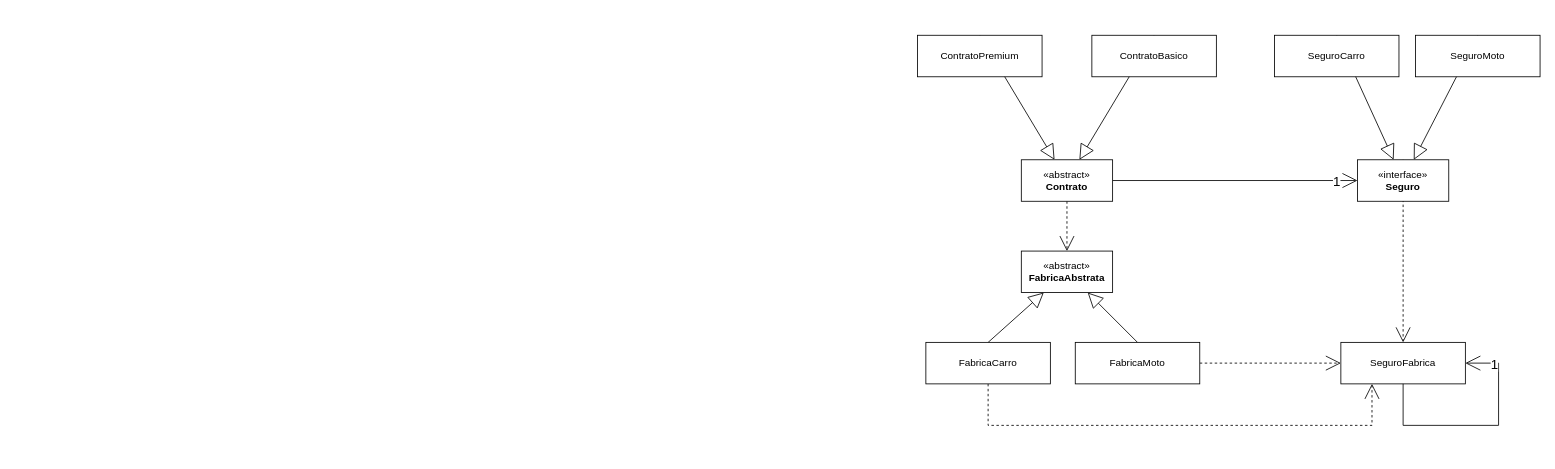
The draw.io diagram Diagrama.drawio in LeonardoVieira25/integra-bridge, before the edit. Source tidied: cells renumbered, new cells numbered last; positions are measured from the earlier drawing's top-left corner, leaving out a move shared by most shapes. Both pictures are drawn from the tidied source at 83%, with x=0, y=0 at pixel (917, 35).
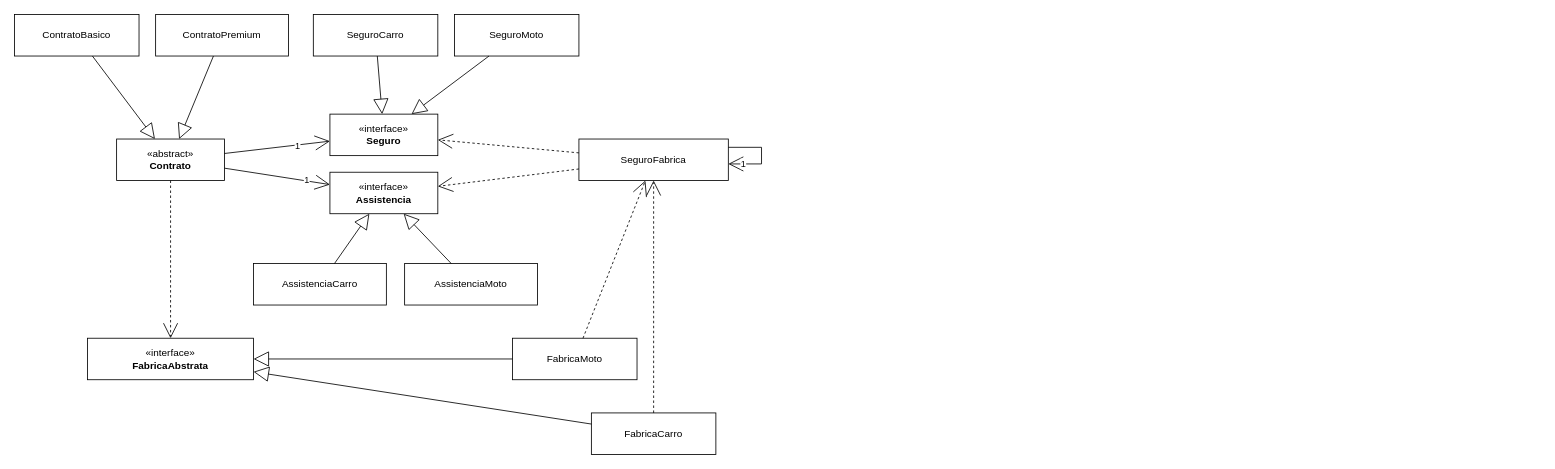
Above is the later version.

What changed in the source:
```diff
@@
-    <mxCell id="2" style="rounded=0;jettySize=auto;html=1;exitX=0.5;exitY=0;exitDx=0;exitDy=0;entryX=0.5;entryY=0;entryDx=0;entryDy=0;endArrow=open;endFill=0;dashed=1;endSize=16;" parent="1" edge="1" source="3" target="17">
-      <mxGeometry relative="1" as="geometry" />
-    </mxCell>
+    <mxCell id="26" value="«abstract»&lt;br&gt;&lt;b&gt;Contrato&lt;/b&gt;" style="html=1;whiteSpace=wrap;" parent="1" vertex="1">
+      <mxGeometry x="-965" y="125" width="130" height="50" as="geometry" />
+    </mxCell>
+    <mxCell id="13" value="ContratoBasico" style="html=1;whiteSpace=wrap;" parent="1" vertex="1">
+      <mxGeometry x="-1088" y="-25" width="150" height="50" as="geometry" />
+    </mxCell>
+    <mxCell id="15" value="ContratoPremium" style="html=1;whiteSpace=wrap;" parent="1" vertex="1">
+      <mxGeometry x="-918" y="-25" width="160" height="50" as="geometry" />
+    </mxCell>
     <mxCell id="3" value="«interface»&lt;br&gt;&lt;b&gt;Seguro&lt;/b&gt;" style="html=1;whiteSpace=wrap;" parent="1" vertex="1">
-      <mxGeometry x="530" y="150" width="110" height="50" as="geometry" />
+      <mxGeometry x="-708" y="95" width="130" height="50" as="geometry" />
     </mxCell>
+    <mxCell id="5" value="SeguroCarro" style="html=1;whiteSpace=wrap;" parent="1" vertex="1">
+      <mxGeometry x="-728" y="-25" width="150" height="50" as="geometry" />
+    </mxCell>
+    <mxCell id="7" value="SeguroMoto" style="html=1;whiteSpace=wrap;" parent="1" vertex="1">
+      <mxGeometry x="-558" y="-25" width="150" height="50" as="geometry" />
+    </mxCell>
+    <mxCell id="27" value="«interface»&lt;br&gt;&lt;b&gt;Assistencia&lt;/b&gt;" style="html=1;whiteSpace=wrap;" parent="1" vertex="1">
+      <mxGeometry x="-708" y="165" width="130" height="50" as="geometry" />
+    </mxCell>
+    <mxCell id="28" value="AssistenciaCarro" style="html=1;whiteSpace=wrap;" parent="1" vertex="1">
+      <mxGeometry x="-800" y="275" width="160" height="50" as="geometry" />
+    </mxCell>
+    <mxCell id="29" value="AssistenciaMoto" style="html=1;whiteSpace=wrap;" parent="1" vertex="1">
+      <mxGeometry x="-618" y="275" width="160" height="50" as="geometry" />
+    </mxCell>
+    <mxCell id="30" value="«interface»&lt;br&gt;&lt;b&gt;FabricaAbstrata&lt;/b&gt;" style="html=1;whiteSpace=wrap;" parent="1" vertex="1">
+      <mxGeometry x="-1000" y="365" width="200" height="50" as="geometry" />
+    </mxCell>
+    <mxCell id="17" value="SeguroFabrica" style="html=1;whiteSpace=wrap;" parent="1" vertex="1">
+      <mxGeometry x="-408" y="125" width="180" height="50" as="geometry" />
+    </mxCell>
+    <mxCell id="22" value="FabricaCarro" style="html=1;whiteSpace=wrap;" parent="1" vertex="1">
+      <mxGeometry x="-393" y="455" width="150" height="50" as="geometry" />
+    </mxCell>
+    <mxCell id="25" value="FabricaMoto" style="html=1;whiteSpace=wrap;" parent="1" vertex="1">
+      <mxGeometry x="-488" y="365" width="150" height="50" as="geometry" />
+    </mxCell>
+    <mxCell id="31" style="rounded=0;jettySize=auto;html=1;endArrow=block;endFill=0;endSize=16;" parent="1" edge="1" source="15" target="26">
+      <mxGeometry relative="1" as="geometry" />
+    </mxCell>
+    <mxCell id="32" style="rounded=0;jettySize=auto;html=1;endArrow=block;endFill=0;endSize=16;" parent="1" edge="1" source="13" target="26">
+      <mxGeometry relative="1" as="geometry" />
+    </mxCell>
-    <mxCell id="4" style="rounded=0;jettySize=auto;html=1;exitX=0.5;exitY=0;exitDx=0;exitDy=0;endArrow=block;endFill=0;endSize=16;" parent="1" edge="1" source="5" target="3">
+    <mxCell id="4" style="rounded=0;jettySize=auto;html=1;endArrow=block;endFill=0;endSize=16;" parent="1" edge="1" source="5" target="3">
       <mxGeometry relative="1" as="geometry" />
     </mxCell>
-    <mxCell id="5" value="SeguroCarro" style="html=1;whiteSpace=wrap;" parent="1" vertex="1">
-      <mxGeometry x="430" width="150" height="50" as="geometry" />
-    </mxCell>
-    <mxCell id="6" style="rounded=0;jettySize=auto;html=1;exitX=0.5;exitY=0;exitDx=0;exitDy=0;endArrow=block;endFill=0;endSize=16;" parent="1" edge="1" source="7" target="3">
+    <mxCell id="6" style="rounded=0;jettySize=auto;html=1;endArrow=block;endFill=0;endSize=16;" parent="1" edge="1" source="7" target="3">
       <mxGeometry relative="1" as="geometry" />
     </mxCell>
-    <mxCell id="7" value="SeguroMoto" style="html=1;whiteSpace=wrap;" parent="1" vertex="1">
-      <mxGeometry x="600" width="150" height="50" as="geometry" />
-    </mxCell>
-    <mxCell id="8" style="edgeStyle=orthogonalEdgeStyle;rounded=0;jettySize=auto;html=1;exitX=1;exitY=0.5;exitDx=0;exitDy=0;entryX=0;entryY=0.5;entryDx=0;entryDy=0;endArrow=open;endFill=0;endSize=16;" parent="1" edge="1" source="11" target="3">
-      <mxGeometry relative="1" as="geometry" />
-    </mxCell>
-    <mxCell id="9" value="&lt;font style=&quot;font-size: 16px;&quot;&gt;1&lt;/font&gt;" style="edgeLabel;html=1;align=center;verticalAlign=middle;" parent="8" vertex="1">
-      <mxGeometry x="0.82" relative="1" as="geometry">
-        <mxPoint x="1" as="offset" />
-      </mxGeometry>
-    </mxCell>
-    <mxCell id="10" style="rounded=0;jettySize=auto;html=1;entryX=0.5;entryY=0;entryDx=0;entryDy=0;dashed=1;endSize=16;endArrow=open;endFill=0;" parent="1" edge="1" source="11" target="16">
-      <mxGeometry relative="1" as="geometry" />
-    </mxCell>
-    <mxCell id="11" value="«abstract&lt;span style=&quot;background-color: transparent; color: light-dark(rgb(0, 0, 0), rgb(255, 255, 255));&quot;&gt;»&lt;/span&gt;&lt;div&gt;&lt;b&gt;Contrato&lt;/b&gt;&lt;/div&gt;" style="html=1;whiteSpace=wrap;" parent="1" vertex="1">
-      <mxGeometry x="125" y="150" width="110" height="50" as="geometry" />
-    </mxCell>
-    <mxCell id="12" style="rounded=0;jettySize=auto;html=1;exitX=0.5;exitY=0;exitDx=0;exitDy=0;endArrow=block;endFill=0;endSize=16;" parent="1" edge="1" source="13" target="11">
-      <mxGeometry relative="1" as="geometry" />
-    </mxCell>
-    <mxCell id="13" value="ContratoBasico" style="html=1;whiteSpace=wrap;" parent="1" vertex="1">
-      <mxGeometry x="210" width="150" height="50" as="geometry" />
-    </mxCell>
-    <mxCell id="14" style="rounded=0;jettySize=auto;html=1;exitX=0.5;exitY=0;exitDx=0;exitDy=0;endArrow=block;endFill=0;endSize=16;" parent="1" edge="1" source="15" target="11">
-      <mxGeometry relative="1" as="geometry" />
-    </mxCell>
-    <mxCell id="15" value="ContratoPremium" style="html=1;whiteSpace=wrap;" parent="1" vertex="1">
-      <mxGeometry width="150" height="50" as="geometry" />
-    </mxCell>
-    <mxCell id="16" value="«abstract&lt;span style=&quot;background-color: transparent; color: light-dark(rgb(0, 0, 0), rgb(255, 255, 255));&quot;&gt;»&lt;/span&gt;&lt;div&gt;&lt;b&gt;FabricaAbstrata&lt;/b&gt;&lt;/div&gt;" style="html=1;whiteSpace=wrap;" parent="1" vertex="1">
-      <mxGeometry x="125" y="260" width="110" height="50" as="geometry" />
-    </mxCell>
-    <mxCell id="17" value="SeguroFabrica" style="html=1;whiteSpace=wrap;" parent="1" vertex="1">
-      <mxGeometry x="510" y="370" width="150" height="50" as="geometry" />
-    </mxCell>
+    <mxCell id="33" style="rounded=0;jettySize=auto;html=1;endArrow=block;endFill=0;endSize=16;" parent="1" edge="1" source="28" target="27">
+      <mxGeometry relative="1" as="geometry" />
+    </mxCell>
+    <mxCell id="34" style="rounded=0;jettySize=auto;html=1;endArrow=block;endFill=0;endSize=16;" parent="1" edge="1" source="29" target="27">
+      <mxGeometry relative="1" as="geometry" />
+    </mxCell>
+    <mxCell id="35" style="rounded=0;jettySize=auto;html=1;endArrow=block;endFill=0;endSize=16;" parent="1" edge="1" source="22" target="30">
+      <mxGeometry relative="1" as="geometry" />
+    </mxCell>
+    <mxCell id="36" style="rounded=0;jettySize=auto;html=1;endArrow=block;endFill=0;endSize=16;" parent="1" edge="1" source="25" target="30">
+      <mxGeometry relative="1" as="geometry" />
+    </mxCell>
+    <mxCell id="37" value="1" style="rounded=0;jettySize=auto;html=1;endArrow=open;endFill=0;endSize=16;" parent="1" edge="1" source="26" target="3">
+      <mxGeometry x="0.37" y="-1" relative="1" as="geometry" />
+    </mxCell>
+    <mxCell id="38" value="1" style="rounded=0;jettySize=auto;html=1;endArrow=open;endFill=0;endSize=16;" parent="1" edge="1" source="26" target="27">
+      <mxGeometry x="0.55" y="1" relative="1" as="geometry" />
+    </mxCell>
+    <mxCell id="39" style="rounded=0;jettySize=auto;html=1;endArrow=open;endFill=0;dashed=1;endSize=16;" parent="1" edge="1" source="26" target="30">
+      <mxGeometry relative="1" as="geometry" />
+    </mxCell>
+    <mxCell id="21" style="rounded=0;jettySize=auto;html=1;endArrow=open;endFill=0;dashed=1;endSize=16;" parent="1" edge="1" source="22" target="17">
+      <mxGeometry relative="1" as="geometry" />
+    </mxCell>
+    <mxCell id="24" style="rounded=0;jettySize=auto;html=1;endArrow=open;endFill=0;dashed=1;endSize=16;" parent="1" edge="1" source="25" target="17">
+      <mxGeometry relative="1" as="geometry" />
+    </mxCell>
+    <mxCell id="40" style="rounded=0;jettySize=auto;html=1;endArrow=open;endFill=0;dashed=1;endSize=16;" parent="1" edge="1" source="17" target="3">
+      <mxGeometry x="-0.58" y="74" relative="1" as="geometry" />
+    </mxCell>
+    <mxCell id="41" style="rounded=0;jettySize=auto;html=1;endArrow=open;endFill=0;dashed=1;endSize=16;" parent="1" edge="1" source="17" target="27">
+      <mxGeometry relative="1" as="geometry" />
+    </mxCell>
-    <mxCell id="18" style="edgeStyle=orthogonalEdgeStyle;rounded=0;orthogonalLoop=1;jettySize=auto;html=1;innerLoopWaypoints=1;exitX=0.5;exitY=1;exitDx=0;exitDy=0;entryX=1;entryY=0.5;entryDx=0;entryDy=0;endArrow=open;endFill=0;endSize=16;" parent="1" edge="1" source="17" target="17">
+    <mxCell id="18" style="edgeStyle=orthogonalEdgeStyle;rounded=0;orthogonalLoop=1;jettySize=auto;html=1;endArrow=open;endFill=0;endSize=16;innerLoopWaypoints=1;" parent="1" edge="1" source="17" target="17">
       <mxGeometry relative="1" as="geometry">
         <Array as="points">
-          <mxPoint x="585" y="470" />
-          <mxPoint x="700" y="470" />
-          <mxPoint x="700" y="395" />
+          <mxPoint x="-188" y="135" />
+          <mxPoint x="-188" y="155" />
         </Array>
       </mxGeometry>
     </mxCell>
-    <mxCell id="19" value="&lt;font style=&quot;font-size: 16px;&quot;&gt;1&lt;/font&gt;" style="edgeLabel;html=1;align=center;verticalAlign=middle;" parent="18" vertex="1">
-      <mxGeometry x="0.76" y="2" relative="1" as="geometry">
-        <mxPoint y="-2" as="offset" />
-      </mxGeometry>
-    </mxCell>
-    <mxCell id="20" style="rounded=0;jettySize=auto;html=1;exitX=0.5;exitY=0;exitDx=0;exitDy=0;endArrow=block;endFill=0;endSize=16;" parent="1" edge="1" source="22" target="16">
-      <mxGeometry relative="1" as="geometry" />
-    </mxCell>
-    <mxCell id="21" style="edgeStyle=orthogonalEdgeStyle;rounded=0;jettySize=auto;html=1;exitX=0.5;exitY=1;exitDx=0;exitDy=0;entryX=0.25;entryY=1;entryDx=0;entryDy=0;endArrow=open;endFill=0;endSize=16;dashed=1;" parent="1" edge="1" source="22" target="17">
-      <mxGeometry relative="1" as="geometry">
-        <Array as="points">
-          <mxPoint x="85" y="470" />
-          <mxPoint x="547.5" y="470" />
-        </Array>
-      </mxGeometry>
-    </mxCell>
-    <mxCell id="22" value="FabricaCarro" style="html=1;whiteSpace=wrap;" parent="1" vertex="1">
-      <mxGeometry x="10" y="370" width="150" height="50" as="geometry" />
-    </mxCell>
-    <mxCell id="23" style="rounded=0;jettySize=auto;html=1;exitX=0.5;exitY=0;exitDx=0;exitDy=0;endArrow=block;endFill=0;endSize=16;" parent="1" edge="1" source="25" target="16">
-      <mxGeometry relative="1" as="geometry" />
-    </mxCell>
-    <mxCell id="24" style="rounded=0;jettySize=auto;html=1;exitX=1;exitY=0.5;exitDx=0;exitDy=0;entryX=0;entryY=0.5;entryDx=0;entryDy=0;endArrow=open;endFill=0;endSize=16;dashed=1;" parent="1" edge="1" source="25" target="17">
-      <mxGeometry relative="1" as="geometry" />
-    </mxCell>
-    <mxCell id="25" value="FabricaMoto" style="html=1;whiteSpace=wrap;" parent="1" vertex="1">
-      <mxGeometry x="190" y="370" width="150" height="50" as="geometry" />
-    </mxCell>
+    <mxCell id="42" value="1" style="edgeLabel;html=1;align=center;verticalAlign=middle;" parent="18" vertex="1">
+      <mxGeometry x="0.66" y="-1" relative="1" as="geometry" />
+    </mxCell>
```
